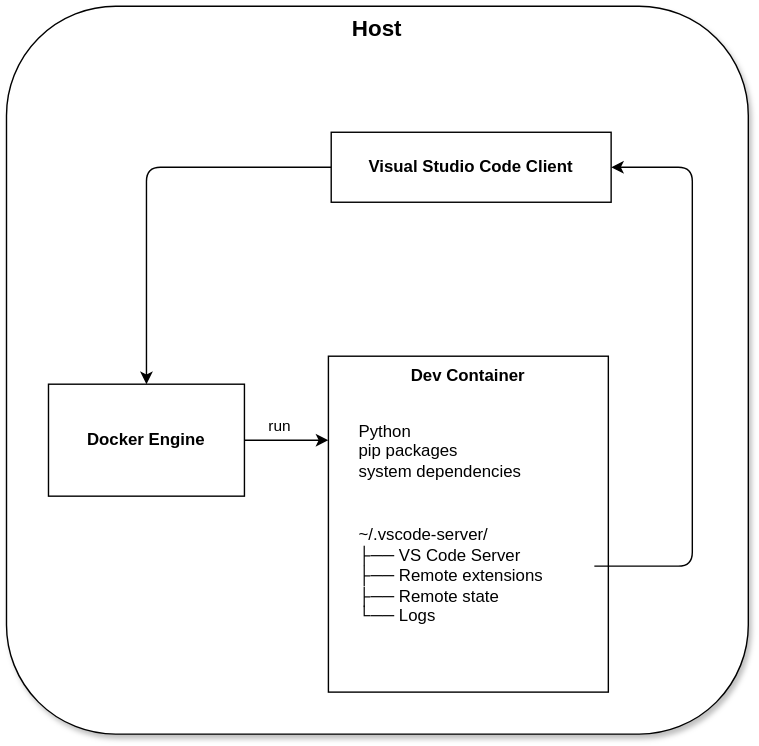
Above: docs/assets/images/devcontainer.drawio.svg in ValentinTwin1206/modern-python-devops-egineering (draw.io), before the change. Source tidied: cells renumbered, new cells last; positions are measured from the earlier drawing's top-left corner, leaving out a move shared by most shapes.
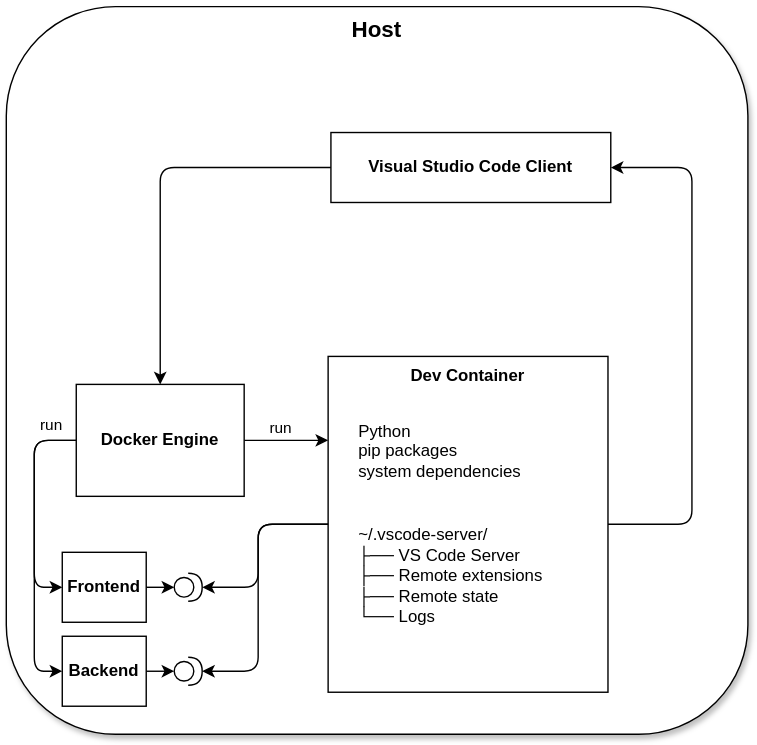
After the commit.

Diff of the diagram source:
```diff
@@ -8,7 +8,7 @@
     <mxCell id="3" style="edgeStyle=none;html=1;entryX=0.5;entryY=0;entryDx=0;entryDy=0;" parent="1" edge="1" source="4" target="11">
       <mxGeometry relative="1" as="geometry">
         <Array as="points">
-          <mxPoint x="100" y="115" />
+          <mxPoint x="110" y="115" />
         </Array>
       </mxGeometry>
     </mxCell>
@@ -24,10 +24,10 @@
     <mxCell id="7" value="&lt;br&gt; ~/.vscode-server/&amp;nbsp;&lt;br&gt;&amp;nbsp;├── VS Code Server&amp;nbsp;&lt;br&gt;&amp;nbsp;├── Remote extensions&lt;br&gt;&amp;nbsp;├── Remote state&amp;nbsp;&lt;div&gt;&amp;nbsp;└── Logs&lt;br&gt;&lt;br&gt;&lt;/div&gt;" style="rounded=0;whiteSpace=wrap;html=1;align=left;verticalAlign=top;spacingTop=0;spacing=2;strokeColor=none;" parent="1" vertex="1">
       <mxGeometry x="250" y="350" width="170" height="100" as="geometry" />
     </mxCell>
-    <mxCell id="8" style="endArrow=classic;html=1;exitX=1;exitY=0.5;exitDx=0;exitDy=0;entryX=1;entryY=0.5;entryDx=0;entryDy=0;" parent="1" edge="1" source="7" target="4">
+    <mxCell id="8" style="endArrow=classic;html=1;exitX=1;exitY=0.5;exitDx=0;exitDy=0;entryX=1;entryY=0.5;entryDx=0;entryDy=0;" parent="1" edge="1" source="5" target="4">
       <mxGeometry relative="1" as="geometry">
         <Array as="points">
-          <mxPoint x="490" y="400" />
+          <mxPoint x="490" y="370" />
           <mxPoint x="490" y="115" />
         </Array>
       </mxGeometry>
@@ -40,8 +40,63 @@
         <mxPoint y="-10" as="offset" />
       </mxGeometry>
     </mxCell>
+    <mxCell id="12" style="edgeStyle=none;html=1;entryX=0;entryY=0.5;entryDx=0;entryDy=0;exitX=0;exitY=0.5;exitDx=0;exitDy=0;" parent="1" edge="1" source="11" target="14">
+      <mxGeometry relative="1" as="geometry">
+        <Array as="points">
+          <mxPoint x="20" y="310" />
+          <mxPoint x="20" y="415" />
+        </Array>
+      </mxGeometry>
+    </mxCell>
+    <mxCell id="13" style="edgeStyle=none;html=1;entryX=0;entryY=0.5;entryDx=0;entryDy=0;exitX=0;exitY=0.5;exitDx=0;exitDy=0;" parent="1" edge="1" source="11" target="16">
+      <mxGeometry relative="1" as="geometry">
+        <Array as="points">
+          <mxPoint x="20" y="310" />
+          <mxPoint x="20" y="475" />
+        </Array>
+      </mxGeometry>
+    </mxCell>
     <mxCell id="11" value="&lt;b&gt;Docker Engine&lt;/b&gt;" style="rounded=0;whiteSpace=wrap;html=1;" parent="1" vertex="1">
-      <mxGeometry x="30" y="270" width="140" height="80" as="geometry" />
+      <mxGeometry x="50" y="270" width="120" height="80" as="geometry" />
     </mxCell>
+    <mxCell id="14" value="&lt;b&gt;Frontend&lt;/b&gt;" style="rounded=0;whiteSpace=wrap;html=1;" parent="1" vertex="1">
+      <mxGeometry x="40" y="390" width="60" height="50" as="geometry" />
+    </mxCell>
+    <mxCell id="15" style="edgeStyle=none;html=1;" parent="1" edge="1" source="16" target="19">
+      <mxGeometry relative="1" as="geometry" />
+    </mxCell>
+    <mxCell id="16" value="&lt;b&gt;Backend&lt;/b&gt;" style="rounded=0;whiteSpace=wrap;html=1;" parent="1" vertex="1">
+      <mxGeometry x="40" y="450" width="60" height="50" as="geometry" />
+    </mxCell>
+    <mxCell id="17" value="run" style="edgeLabel;html=1;align=center;verticalAlign=middle;" parent="1" vertex="1">
+      <mxGeometry x="205" y="310" as="geometry">
+        <mxPoint x="-174" y="-12" as="offset" />
+      </mxGeometry>
+    </mxCell>
+    <mxCell id="18" style="shape=providedRequiredInterface;html=1;verticalLabelPosition=bottom;sketch=0;" parent="1" vertex="1">
+      <mxGeometry x="120" y="405" width="20" height="20" as="geometry" />
+    </mxCell>
+    <mxCell id="19" style="shape=providedRequiredInterface;html=1;verticalLabelPosition=bottom;sketch=0;" parent="1" vertex="1">
+      <mxGeometry x="120" y="465" width="20" height="20" as="geometry" />
+    </mxCell>
+    <mxCell id="20" style="edgeStyle=none;html=1;entryX=0;entryY=0.5;entryDx=0;entryDy=0;entryPerimeter=0;" parent="1" edge="1" source="14" target="18">
+      <mxGeometry relative="1" as="geometry" />
+    </mxCell>
+    <mxCell id="21" style="edgeStyle=none;html=1;entryX=1;entryY=0.5;entryDx=0;entryDy=0;entryPerimeter=0;" parent="1" edge="1" source="5" target="18">
+      <mxGeometry relative="1" as="geometry">
+        <Array as="points">
+          <mxPoint x="180" y="370" />
+          <mxPoint x="180" y="415" />
+        </Array>
+      </mxGeometry>
+    </mxCell>
+    <mxCell id="22" style="edgeStyle=none;html=1;entryX=1;entryY=0.5;entryDx=0;entryDy=0;entryPerimeter=0;exitX=0;exitY=0.5;exitDx=0;exitDy=0;" parent="1" edge="1" source="5" target="19">
+      <mxGeometry relative="1" as="geometry">
+        <Array as="points">
+          <mxPoint x="180" y="370" />
+          <mxPoint x="180" y="475" />
+        </Array>
+      </mxGeometry>
+    </mxCell>
   </root>
 </mxGraphModel>
```
